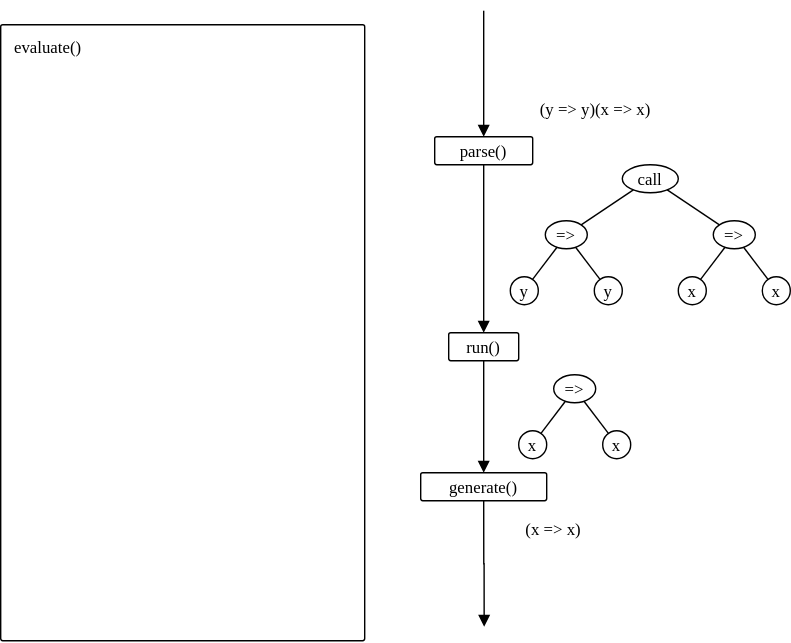
Above: dissertation/images/architecture.drawio.svg in leafac/yocto-cfa (draw.io), before the change. Source tidied: cells renumbered, new cells last; positions are measured from the earlier drawing's top-left corner, leaving out a move shared by most shapes. Its diagram source:
```xml
<mxGraphModel>
  <root>
    <mxCell id="0" />
    <mxCell id="1" parent="0" />
    <mxCell id="2" style="edgeStyle=orthogonalEdgeStyle;rounded=0;jettySize=auto;html=1;fontFamily=PT Mono;endArrow=block;endFill=1;" parent="1" edge="1" source="3" target="5">
      <mxGeometry relative="1" as="geometry" />
    </mxCell>
    <mxCell id="3" value="parse()" style="rounded=1;fontFamily=PT Mono;arcSize=3;absoluteArcSize=1;" parent="1" vertex="1">
      <mxGeometry x="310" y="90" width="70" height="20" as="geometry" />
    </mxCell>
    <mxCell id="4" style="edgeStyle=orthogonalEdgeStyle;rounded=0;jettySize=auto;html=1;fontFamily=PT Mono;endArrow=block;endFill=1;" parent="1" edge="1" source="5" target="7">
      <mxGeometry relative="1" as="geometry" />
    </mxCell>
    <mxCell id="5" value="run()" style="rounded=1;fontFamily=PT Mono;arcSize=3;absoluteArcSize=1;" parent="1" vertex="1">
      <mxGeometry x="320" y="230" width="50" height="20" as="geometry" />
    </mxCell>
    <mxCell id="6" style="edgeStyle=orthogonalEdgeStyle;rounded=0;jettySize=auto;html=1;exitX=0.5;exitY=1;exitDx=0;exitDy=0;fontFamily=PT Mono;endArrow=block;endFill=1;" parent="1" edge="1" source="7">
      <mxGeometry relative="1" as="geometry">
        <mxPoint x="345.3" y="440" as="targetPoint" />
      </mxGeometry>
    </mxCell>
    <mxCell id="7" value="generate()" style="rounded=1;fontFamily=PT Mono;arcSize=3;absoluteArcSize=1;" parent="1" vertex="1">
      <mxGeometry x="300" y="330" width="90" height="20" as="geometry" />
    </mxCell>
    <mxCell id="8" style="endArrow=block;html=1;fontFamily=PT Mono;entryX=0.5;entryY=0;entryDx=0;entryDy=0;endFill=1;jumpStyle=none;comic=0;" parent="1" edge="1" target="3">
      <mxGeometry relative="1" as="geometry">
        <mxPoint x="345" as="sourcePoint" />
      </mxGeometry>
    </mxCell>
    <mxCell id="9" value="(y =&gt; y)(x =&gt; x)" style="text;strokeColor=none;fillColor=none;align=center;verticalAlign=middle;rounded=0;fontFamily=PT Mono;labelBorderColor=none;spacing=0;" parent="1" vertex="1">
      <mxGeometry x="360" y="60" width="130" height="20" as="geometry" />
    </mxCell>
    <mxCell id="10" style="group;" parent="1" vertex="1">
      <mxGeometry x="364" y="110" width="200" height="100" as="geometry" />
    </mxCell>
    <mxCell id="11" value="call" style="ellipse;fontFamily=PT Mono;" parent="10" vertex="1">
      <mxGeometry x="80" width="40" height="20" as="geometry" />
    </mxCell>
    <mxCell id="12" value="=&gt;" style="ellipse;fontFamily=PT Mono;" parent="10" vertex="1">
      <mxGeometry x="25" y="40" width="30" height="20" as="geometry" />
    </mxCell>
    <mxCell id="13" style="elbow=vertical;endArrow=none;endFill=0;fontFamily=PT Mono;" parent="10" edge="1" source="11" target="12">
      <mxGeometry relative="1" as="geometry" />
    </mxCell>
    <mxCell id="14" value="=&gt;" style="ellipse;fontFamily=PT Mono;" parent="10" vertex="1">
      <mxGeometry x="145" y="40" width="30" height="20" as="geometry" />
    </mxCell>
    <mxCell id="15" style="elbow=vertical;endArrow=none;endFill=0;fontFamily=PT Mono;" parent="10" edge="1" source="11" target="14">
      <mxGeometry relative="1" as="geometry" />
    </mxCell>
    <mxCell id="16" value="y" style="ellipse;fontFamily=PT Mono;" parent="10" vertex="1">
      <mxGeometry y="80" width="20" height="20" as="geometry" />
    </mxCell>
    <mxCell id="17" style="elbow=vertical;endArrow=none;endFill=0;fontFamily=PT Mono;" parent="10" edge="1" source="12" target="16">
      <mxGeometry relative="1" as="geometry" />
    </mxCell>
    <mxCell id="18" value="y" style="ellipse;fontFamily=PT Mono;" parent="10" vertex="1">
      <mxGeometry x="60" y="80" width="20" height="20" as="geometry" />
    </mxCell>
    <mxCell id="19" style="elbow=vertical;endArrow=none;endFill=0;fontFamily=PT Mono;" parent="10" edge="1" source="12" target="18">
      <mxGeometry relative="1" as="geometry" />
    </mxCell>
    <mxCell id="20" value="x" style="ellipse;fontFamily=PT Mono;" parent="10" vertex="1">
      <mxGeometry x="120" y="80" width="20" height="20" as="geometry" />
    </mxCell>
    <mxCell id="21" style="elbow=vertical;endArrow=none;endFill=0;fontFamily=PT Mono;" parent="10" edge="1" source="14" target="20">
      <mxGeometry relative="1" as="geometry" />
    </mxCell>
    <mxCell id="22" value="x" style="ellipse;fontFamily=PT Mono;" parent="10" vertex="1">
      <mxGeometry x="180" y="80" width="20" height="20" as="geometry" />
    </mxCell>
    <mxCell id="23" style="elbow=vertical;endArrow=none;endFill=0;fontFamily=PT Mono;" parent="10" edge="1" source="14" target="22">
      <mxGeometry relative="1" as="geometry" />
    </mxCell>
    <mxCell id="24" style="group;" parent="1" vertex="1">
      <mxGeometry x="370" y="260" width="80" height="60" as="geometry" />
    </mxCell>
    <mxCell id="25" value="=&gt;" style="ellipse;fontFamily=PT Mono;" parent="24" vertex="1">
      <mxGeometry x="25" width="30" height="20" as="geometry" />
    </mxCell>
    <mxCell id="26" value="x" style="ellipse;fontFamily=PT Mono;" parent="24" vertex="1">
      <mxGeometry y="40" width="20" height="20" as="geometry" />
    </mxCell>
    <mxCell id="27" style="elbow=vertical;endArrow=none;endFill=0;fontFamily=PT Mono;" parent="24" edge="1" source="25" target="26">
      <mxGeometry relative="1" as="geometry" />
    </mxCell>
    <mxCell id="28" value="x" style="ellipse;fontFamily=PT Mono;" parent="24" vertex="1">
      <mxGeometry x="60" y="40" width="20" height="20" as="geometry" />
    </mxCell>
    <mxCell id="29" style="elbow=vertical;endArrow=none;endFill=0;fontFamily=PT Mono;" parent="24" edge="1" source="25" target="28">
      <mxGeometry relative="1" as="geometry" />
    </mxCell>
    <mxCell id="30" style="edgeStyle=none;rounded=0;comic=0;jumpStyle=none;orthogonalLoop=1;jettySize=auto;html=1;exitX=0.5;exitY=1;exitDx=0;exitDy=0;endArrow=none;endFill=0;fontFamily=PT Mono;" parent="1" edge="1" source="9" target="9">
      <mxGeometry relative="1" as="geometry" />
    </mxCell>
    <mxCell id="31" value="(x =&gt; x)" style="text;strokeColor=none;fillColor=none;align=center;verticalAlign=middle;rounded=0;fontFamily=PT Mono;labelBorderColor=none;spacing=0;" parent="1" vertex="1">
      <mxGeometry x="360" y="360" width="70" height="20" as="geometry" />
    </mxCell>
    <mxCell id="32" value="evaluate()" style="rounded=1;fontFamily=PT Mono;arcSize=3;absoluteArcSize=1;align=left;verticalAlign=top;spacing=0;spacingTop=5;spacingLeft=10;" parent="1" vertex="1">
      <mxGeometry y="10" width="260" height="440" as="geometry" />
    </mxCell>
  </root>
</mxGraphModel>
```
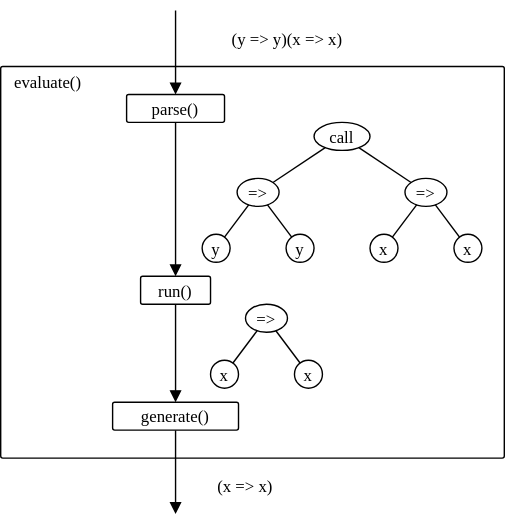
Above is the later version.

Change to the diagram source:
```diff
@@ -2,36 +2,39 @@
   <root>
     <mxCell id="0" />
     <mxCell id="1" parent="0" />
+    <mxCell id="32" value="evaluate()" style="rounded=1;fontFamily=PT Mono;arcSize=3;absoluteArcSize=1;align=left;verticalAlign=top;spacing=0;spacingTop=0;spacingLeft=10;" parent="1" vertex="1">
+      <mxGeometry x="40" y="80" width="360" height="280" as="geometry" />
+    </mxCell>
+    <mxCell id="3" value="parse()" style="rounded=1;fontFamily=PT Mono;arcSize=3;absoluteArcSize=1;" parent="1" vertex="1">
+      <mxGeometry x="130" y="100" width="70" height="20" as="geometry" />
+    </mxCell>
+    <mxCell id="5" value="run()" style="rounded=1;fontFamily=PT Mono;arcSize=3;absoluteArcSize=1;" parent="1" vertex="1">
+      <mxGeometry x="140" y="230" width="50" height="20" as="geometry" />
+    </mxCell>
     <mxCell id="2" style="edgeStyle=orthogonalEdgeStyle;rounded=0;jettySize=auto;html=1;fontFamily=PT Mono;endArrow=block;endFill=1;" parent="1" edge="1" source="3" target="5">
       <mxGeometry relative="1" as="geometry" />
     </mxCell>
-    <mxCell id="3" value="parse()" style="rounded=1;fontFamily=PT Mono;arcSize=3;absoluteArcSize=1;" parent="1" vertex="1">
-      <mxGeometry x="310" y="90" width="70" height="20" as="geometry" />
-    </mxCell>
-    <mxCell id="4" style="edgeStyle=orthogonalEdgeStyle;rounded=0;jettySize=auto;html=1;fontFamily=PT Mono;endArrow=block;endFill=1;" parent="1" edge="1" source="5" target="7">
-      <mxGeometry relative="1" as="geometry" />
-    </mxCell>
-    <mxCell id="5" value="run()" style="rounded=1;fontFamily=PT Mono;arcSize=3;absoluteArcSize=1;" parent="1" vertex="1">
-      <mxGeometry x="320" y="230" width="50" height="20" as="geometry" />
-    </mxCell>
     <mxCell id="6" style="edgeStyle=orthogonalEdgeStyle;rounded=0;jettySize=auto;html=1;exitX=0.5;exitY=1;exitDx=0;exitDy=0;fontFamily=PT Mono;endArrow=block;endFill=1;" parent="1" edge="1" source="7">
       <mxGeometry relative="1" as="geometry">
-        <mxPoint x="345.3" y="440" as="targetPoint" />
+        <mxPoint x="165" y="400" as="targetPoint" />
       </mxGeometry>
     </mxCell>
     <mxCell id="7" value="generate()" style="rounded=1;fontFamily=PT Mono;arcSize=3;absoluteArcSize=1;" parent="1" vertex="1">
-      <mxGeometry x="300" y="330" width="90" height="20" as="geometry" />
+      <mxGeometry x="120" y="320" width="90" height="20" as="geometry" />
     </mxCell>
+    <mxCell id="4" style="edgeStyle=orthogonalEdgeStyle;rounded=0;jettySize=auto;html=1;fontFamily=PT Mono;endArrow=block;endFill=1;" parent="1" edge="1" source="5" target="7">
+      <mxGeometry relative="1" as="geometry" />
+    </mxCell>
     <mxCell id="8" style="endArrow=block;html=1;fontFamily=PT Mono;entryX=0.5;entryY=0;entryDx=0;entryDy=0;endFill=1;jumpStyle=none;comic=0;" parent="1" edge="1" target="3">
       <mxGeometry relative="1" as="geometry">
-        <mxPoint x="345" as="sourcePoint" />
+        <mxPoint x="165" y="40" as="sourcePoint" />
       </mxGeometry>
     </mxCell>
     <mxCell id="9" value="(y =&gt; y)(x =&gt; x)" style="text;strokeColor=none;fillColor=none;align=center;verticalAlign=middle;rounded=0;fontFamily=PT Mono;labelBorderColor=none;spacing=0;" parent="1" vertex="1">
-      <mxGeometry x="360" y="60" width="130" height="20" as="geometry" />
+      <mxGeometry x="180" y="50" width="130" height="20" as="geometry" />
     </mxCell>
     <mxCell id="10" style="group;" parent="1" vertex="1">
-      <mxGeometry x="364" y="110" width="200" height="100" as="geometry" />
+      <mxGeometry x="184" y="120" width="200" height="100" as="geometry" />
     </mxCell>
     <mxCell id="11" value="call" style="ellipse;fontFamily=PT Mono;" parent="10" vertex="1">
       <mxGeometry x="80" width="40" height="20" as="geometry" />
@@ -73,31 +76,31 @@
       <mxGeometry relative="1" as="geometry" />
     </mxCell>
     <mxCell id="24" style="group;" parent="1" vertex="1">
-      <mxGeometry x="370" y="260" width="80" height="60" as="geometry" />
+      <mxGeometry x="190" y="270" width="80" height="60" as="geometry" />
     </mxCell>
+    <mxCell id="33" style="group;" parent="24" vertex="1">
+      <mxGeometry y="-20" width="80" height="60" as="geometry" />
+    </mxCell>
-    <mxCell id="25" value="=&gt;" style="ellipse;fontFamily=PT Mono;" parent="24" vertex="1">
+    <mxCell id="25" value="=&gt;" style="ellipse;fontFamily=PT Mono;" parent="33" vertex="1">
       <mxGeometry x="25" width="30" height="20" as="geometry" />
     </mxCell>
-    <mxCell id="26" value="x" style="ellipse;fontFamily=PT Mono;" parent="24" vertex="1">
+    <mxCell id="26" value="x" style="ellipse;fontFamily=PT Mono;" parent="33" vertex="1">
       <mxGeometry y="40" width="20" height="20" as="geometry" />
     </mxCell>
-    <mxCell id="27" style="elbow=vertical;endArrow=none;endFill=0;fontFamily=PT Mono;" parent="24" edge="1" source="25" target="26">
+    <mxCell id="27" style="elbow=vertical;endArrow=none;endFill=0;fontFamily=PT Mono;" parent="33" edge="1" source="25" target="26">
       <mxGeometry relative="1" as="geometry" />
     </mxCell>
-    <mxCell id="28" value="x" style="ellipse;fontFamily=PT Mono;" parent="24" vertex="1">
+    <mxCell id="28" value="x" style="ellipse;fontFamily=PT Mono;" parent="33" vertex="1">
       <mxGeometry x="60" y="40" width="20" height="20" as="geometry" />
     </mxCell>
-    <mxCell id="29" style="elbow=vertical;endArrow=none;endFill=0;fontFamily=PT Mono;" parent="24" edge="1" source="25" target="28">
+    <mxCell id="29" style="elbow=vertical;endArrow=none;endFill=0;fontFamily=PT Mono;" parent="33" edge="1" source="25" target="28">
       <mxGeometry relative="1" as="geometry" />
     </mxCell>
     <mxCell id="30" style="edgeStyle=none;rounded=0;comic=0;jumpStyle=none;orthogonalLoop=1;jettySize=auto;html=1;exitX=0.5;exitY=1;exitDx=0;exitDy=0;endArrow=none;endFill=0;fontFamily=PT Mono;" parent="1" edge="1" source="9" target="9">
       <mxGeometry relative="1" as="geometry" />
     </mxCell>
     <mxCell id="31" value="(x =&gt; x)" style="text;strokeColor=none;fillColor=none;align=center;verticalAlign=middle;rounded=0;fontFamily=PT Mono;labelBorderColor=none;spacing=0;" parent="1" vertex="1">
-      <mxGeometry x="360" y="360" width="70" height="20" as="geometry" />
+      <mxGeometry x="180" y="370" width="70" height="20" as="geometry" />
     </mxCell>
-    <mxCell id="32" value="evaluate()" style="rounded=1;fontFamily=PT Mono;arcSize=3;absoluteArcSize=1;align=left;verticalAlign=top;spacing=0;spacingTop=5;spacingLeft=10;" parent="1" vertex="1">
-      <mxGeometry y="10" width="260" height="440" as="geometry" />
-    </mxCell>
   </root>
 </mxGraphModel>
```
